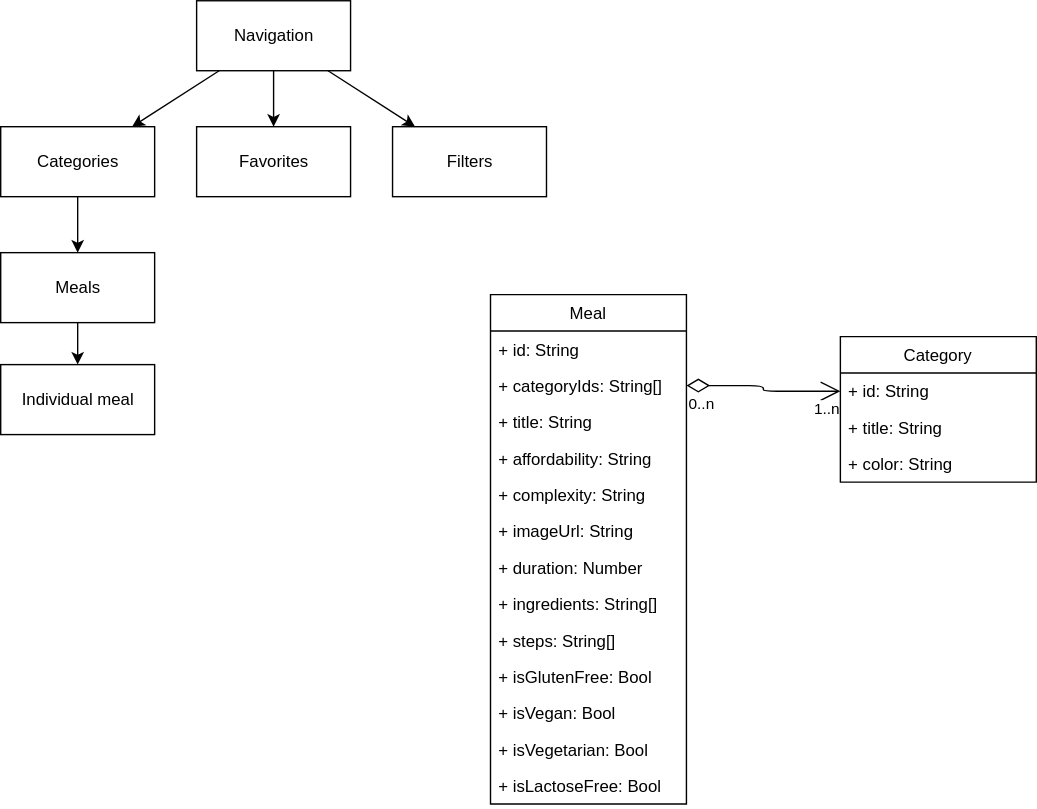
Before: udemy/Meals/docs/classDiagram.drawio.svg, a diagram exported from draw.io (FennecFromSahara/Mobile_Applications_IDATA2503). Source tidied: cells renumbered, new cells last; positions are measured from the earlier drawing's top-left corner, leaving out a move shared by most shapes. Its diagram source:
```xml
<mxGraphModel>
  <root>
    <mxCell id="0" />
    <mxCell id="1" parent="0" />
    <mxCell id="2" style="endArrow=open;html=1;endSize=12;startArrow=diamondThin;startSize=14;startFill=0;edgeStyle=orthogonalEdgeStyle;" parent="1" edge="1" source="18" target="31">
      <mxGeometry relative="1" as="geometry" />
    </mxCell>
    <mxCell id="3" value="0..n" style="edgeLabel;html=1;align=left;verticalAlign=top;" parent="2" vertex="1">
      <mxGeometry x="-1" relative="1" as="geometry" />
    </mxCell>
    <mxCell id="4" value="1..n" style="edgeLabel;html=1;align=right;verticalAlign=top;" parent="2" vertex="1">
      <mxGeometry x="1" relative="1" as="geometry" />
    </mxCell>
    <mxCell id="5" style="edgeStyle=none;html=1;" parent="1" edge="1" source="8" target="10">
      <mxGeometry relative="1" as="geometry" />
    </mxCell>
    <mxCell id="6" style="edgeStyle=none;html=1;" parent="1" edge="1" source="8" target="11">
      <mxGeometry relative="1" as="geometry" />
    </mxCell>
    <mxCell id="7" style="edgeStyle=none;html=1;" parent="1" edge="1" source="8" target="12">
      <mxGeometry relative="1" as="geometry" />
    </mxCell>
    <mxCell id="8" value="Navigation" style="html=1;" parent="1" vertex="1">
      <mxGeometry x="140" width="110" height="50" as="geometry" />
    </mxCell>
    <mxCell id="9" style="edgeStyle=none;html=1;" parent="1" edge="1" source="10" target="14">
      <mxGeometry relative="1" as="geometry" />
    </mxCell>
    <mxCell id="10" value="Categories" style="html=1;" parent="1" vertex="1">
      <mxGeometry y="90" width="110" height="50" as="geometry" />
    </mxCell>
    <mxCell id="11" value="Favorites" style="html=1;" parent="1" vertex="1">
      <mxGeometry x="140" y="90" width="110" height="50" as="geometry" />
    </mxCell>
    <mxCell id="12" value="Filters" style="html=1;" parent="1" vertex="1">
      <mxGeometry x="280" y="90" width="110" height="50" as="geometry" />
    </mxCell>
    <mxCell id="13" style="edgeStyle=none;html=1;" parent="1" edge="1" source="14" target="15">
      <mxGeometry relative="1" as="geometry" />
    </mxCell>
    <mxCell id="14" value="Meals" style="html=1;" parent="1" vertex="1">
      <mxGeometry y="180" width="110" height="50" as="geometry" />
    </mxCell>
    <mxCell id="15" value="Individual meal" style="html=1;" parent="1" vertex="1">
      <mxGeometry y="260" width="110" height="50" as="geometry" />
    </mxCell>
    <mxCell id="16" value="Meal" style="swimlane;fontStyle=0;horizontal=1;startSize=26;fillColor=none;" parent="1" vertex="1">
      <mxGeometry x="350" y="210" width="140" height="364" as="geometry" />
    </mxCell>
    <mxCell id="17" value="+ id: String" style="text;strokeColor=none;fillColor=none;align=left;verticalAlign=top;spacingLeft=4;spacingRight=4;overflow=hidden;points=[[0,0.5],[1,0.5]];portConstraint=eastwest;" parent="16" vertex="1">
      <mxGeometry y="26" width="140" height="26" as="geometry" />
    </mxCell>
    <mxCell id="18" value="+ categoryIds: String[]" style="text;strokeColor=none;fillColor=none;align=left;verticalAlign=top;spacingLeft=4;spacingRight=4;overflow=hidden;points=[[0,0.5],[1,0.5]];portConstraint=eastwest;" parent="16" vertex="1">
      <mxGeometry y="52" width="140" height="26" as="geometry" />
    </mxCell>
    <mxCell id="19" value="+ title: String" style="text;strokeColor=none;fillColor=none;align=left;verticalAlign=top;spacingLeft=4;spacingRight=4;overflow=hidden;" parent="16" vertex="1">
      <mxGeometry y="78" width="140" height="26" as="geometry" />
    </mxCell>
    <mxCell id="20" value="+ affordability: String" style="text;strokeColor=none;fillColor=none;align=left;verticalAlign=top;spacingLeft=4;spacingRight=4;overflow=hidden;" parent="16" vertex="1">
      <mxGeometry y="104" width="140" height="26" as="geometry" />
    </mxCell>
    <mxCell id="21" value="+ complexity: String" style="text;strokeColor=none;fillColor=none;align=left;verticalAlign=top;spacingLeft=4;spacingRight=4;overflow=hidden;" parent="16" vertex="1">
      <mxGeometry y="130" width="140" height="26" as="geometry" />
    </mxCell>
    <mxCell id="22" value="+ imageUrl: String" style="text;strokeColor=none;fillColor=none;align=left;verticalAlign=top;spacingLeft=4;spacingRight=4;overflow=hidden;" parent="16" vertex="1">
      <mxGeometry y="156" width="140" height="26" as="geometry" />
    </mxCell>
    <mxCell id="23" value="+ duration: Number" style="text;strokeColor=none;fillColor=none;align=left;verticalAlign=top;spacingLeft=4;spacingRight=4;overflow=hidden;" parent="16" vertex="1">
      <mxGeometry y="182" width="140" height="26" as="geometry" />
    </mxCell>
    <mxCell id="24" value="+ ingredients: String[]" style="text;strokeColor=none;fillColor=none;align=left;verticalAlign=top;spacingLeft=4;spacingRight=4;overflow=hidden;" parent="16" vertex="1">
      <mxGeometry y="208" width="140" height="26" as="geometry" />
    </mxCell>
    <mxCell id="25" value="+ steps: String[]" style="text;strokeColor=none;fillColor=none;align=left;verticalAlign=top;spacingLeft=4;spacingRight=4;overflow=hidden;" parent="16" vertex="1">
      <mxGeometry y="234" width="140" height="26" as="geometry" />
    </mxCell>
    <mxCell id="26" value="+ isGlutenFree: Bool" style="text;strokeColor=none;fillColor=none;align=left;verticalAlign=top;spacingLeft=4;spacingRight=4;overflow=hidden;" parent="16" vertex="1">
      <mxGeometry y="260" width="140" height="26" as="geometry" />
    </mxCell>
    <mxCell id="27" value="+ isVegan: Bool" style="text;strokeColor=none;fillColor=none;align=left;verticalAlign=top;spacingLeft=4;spacingRight=4;overflow=hidden;" parent="16" vertex="1">
      <mxGeometry y="286" width="140" height="26" as="geometry" />
    </mxCell>
    <mxCell id="28" value="+ isVegetarian: Bool" style="text;strokeColor=none;fillColor=none;align=left;verticalAlign=top;spacingLeft=4;spacingRight=4;overflow=hidden;" parent="16" vertex="1">
      <mxGeometry y="312" width="140" height="26" as="geometry" />
    </mxCell>
    <mxCell id="29" value="+ isLactoseFree: Bool" style="text;strokeColor=none;fillColor=none;align=left;verticalAlign=top;spacingLeft=4;spacingRight=4;overflow=hidden;" parent="16" vertex="1">
      <mxGeometry y="338" width="140" height="26" as="geometry" />
    </mxCell>
    <mxCell id="30" value="Category" style="swimlane;fontStyle=0;horizontal=1;startSize=26;fillColor=none;" parent="1" vertex="1">
      <mxGeometry x="600" y="240" width="140" height="104" as="geometry" />
    </mxCell>
    <mxCell id="31" value="+ id: String" style="text;strokeColor=none;fillColor=none;align=left;verticalAlign=top;spacingLeft=4;spacingRight=4;overflow=hidden;points=[[0,0.5],[1,0.5]];portConstraint=eastwest;" parent="30" vertex="1">
      <mxGeometry y="26" width="140" height="26" as="geometry" />
    </mxCell>
    <mxCell id="32" value="+ title: String" style="text;strokeColor=none;fillColor=none;align=left;verticalAlign=top;spacingLeft=4;spacingRight=4;overflow=hidden;" parent="30" vertex="1">
      <mxGeometry y="52" width="140" height="26" as="geometry" />
    </mxCell>
    <mxCell id="33" value="+ color: String" style="text;strokeColor=none;fillColor=none;align=left;verticalAlign=top;spacingLeft=4;spacingRight=4;overflow=hidden;" parent="30" vertex="1">
      <mxGeometry y="78" width="140" height="26" as="geometry" />
    </mxCell>
  </root>
</mxGraphModel>
```
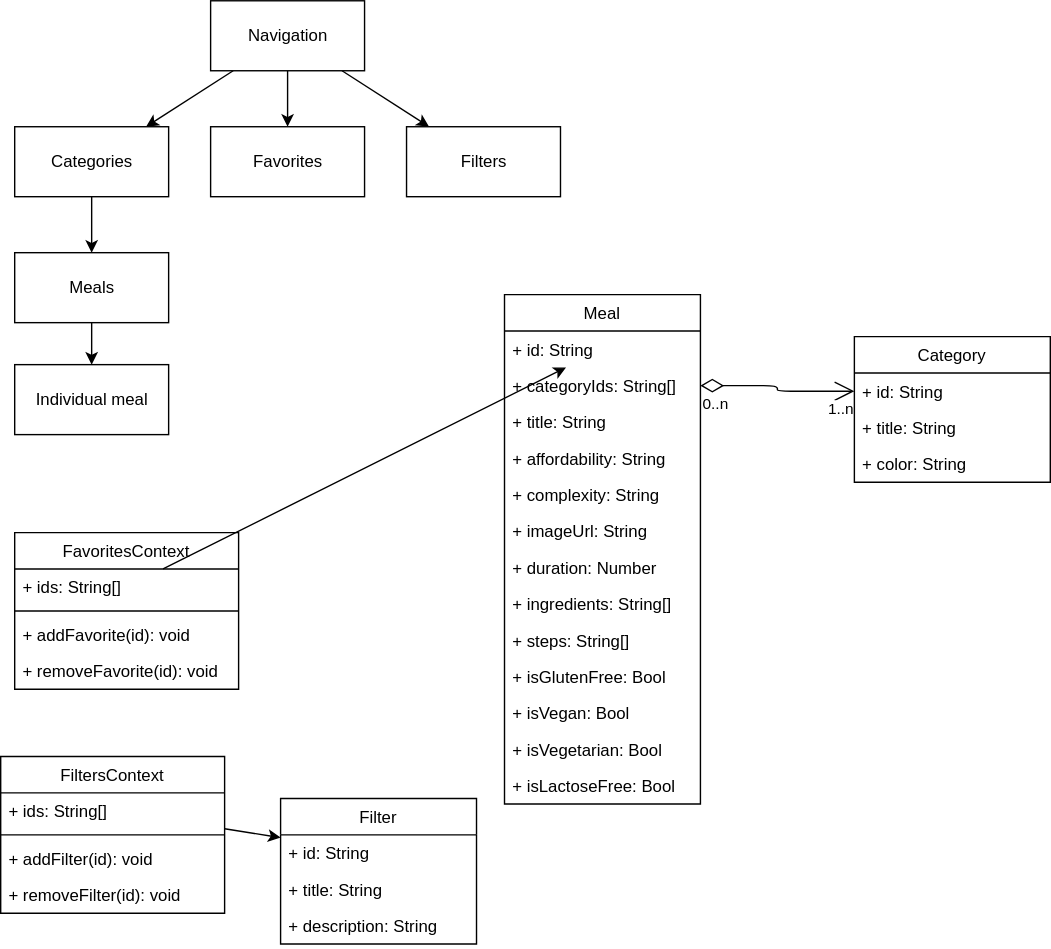
Later version of the same file.

Commit message:
Added differences and additions. Updated class diagram

Change to the diagram source:
```diff
@@ -98,5 +98,53 @@
     <mxCell id="33" value="+ color: String" style="text;strokeColor=none;fillColor=none;align=left;verticalAlign=top;spacingLeft=4;spacingRight=4;overflow=hidden;" parent="30" vertex="1">
       <mxGeometry y="78" width="140" height="26" as="geometry" />
     </mxCell>
+    <mxCell id="34" value="Filter" style="swimlane;fontStyle=0;horizontal=1;startSize=26;fillColor=none;" parent="1" vertex="1">
+      <mxGeometry x="190" y="570" width="140" height="104" as="geometry" />
+    </mxCell>
+    <mxCell id="35" value="+ id: String" style="text;strokeColor=none;fillColor=none;align=left;verticalAlign=top;spacingLeft=4;spacingRight=4;overflow=hidden;points=[[0,0.5],[1,0.5]];portConstraint=eastwest;" parent="34" vertex="1">
+      <mxGeometry y="26" width="140" height="26" as="geometry" />
+    </mxCell>
+    <mxCell id="36" value="+ title: String" style="text;strokeColor=none;fillColor=none;align=left;verticalAlign=top;spacingLeft=4;spacingRight=4;overflow=hidden;" parent="34" vertex="1">
+      <mxGeometry y="52" width="140" height="26" as="geometry" />
+    </mxCell>
+    <mxCell id="37" value="+ description: String" style="text;strokeColor=none;fillColor=none;align=left;verticalAlign=top;spacingLeft=4;spacingRight=4;overflow=hidden;" parent="34" vertex="1">
+      <mxGeometry y="78" width="140" height="26" as="geometry" />
+    </mxCell>
+    <mxCell id="38" value="FavoritesContext" style="swimlane;fontStyle=0;align=center;verticalAlign=top;horizontal=1;startSize=26;" parent="1" vertex="1">
+      <mxGeometry y="380" width="160" height="112" as="geometry" />
+    </mxCell>
+    <mxCell id="39" value="+ ids: String[]" style="text;strokeColor=none;fillColor=none;align=left;verticalAlign=top;spacingLeft=4;spacingRight=4;overflow=hidden;points=[[0,0.5],[1,0.5]];portConstraint=eastwest;" parent="38" vertex="1">
+      <mxGeometry y="26" width="160" height="26" as="geometry" />
+    </mxCell>
+    <mxCell id="40" style="line;strokeWidth=1;fillColor=none;align=left;verticalAlign=middle;spacingTop=-1;spacingLeft=3;spacingRight=3;labelPosition=right;strokeColor=inherit;" parent="38" vertex="1">
+      <mxGeometry y="52" width="160" height="8" as="geometry" />
+    </mxCell>
+    <mxCell id="41" value="+ addFavorite(id): void" style="text;strokeColor=none;fillColor=none;align=left;verticalAlign=top;spacingLeft=4;spacingRight=4;overflow=hidden;" parent="38" vertex="1">
+      <mxGeometry y="60" width="160" height="26" as="geometry" />
+    </mxCell>
+    <mxCell id="42" value="+ removeFavorite(id): void" style="text;strokeColor=none;fillColor=none;align=left;verticalAlign=top;spacingLeft=4;spacingRight=4;overflow=hidden;" parent="38" vertex="1">
+      <mxGeometry y="86" width="160" height="26" as="geometry" />
+    </mxCell>
+    <mxCell id="43" value="FiltersContext" style="swimlane;fontStyle=0;align=center;verticalAlign=top;horizontal=1;startSize=26;" parent="1" vertex="1">
+      <mxGeometry x="-10" y="540" width="160" height="112" as="geometry" />
+    </mxCell>
+    <mxCell id="44" value="+ ids: String[]" style="text;strokeColor=none;fillColor=none;align=left;verticalAlign=top;spacingLeft=4;spacingRight=4;overflow=hidden;points=[[0,0.5],[1,0.5]];portConstraint=eastwest;" parent="43" vertex="1">
+      <mxGeometry y="26" width="160" height="26" as="geometry" />
+    </mxCell>
+    <mxCell id="45" style="line;strokeWidth=1;fillColor=none;align=left;verticalAlign=middle;spacingTop=-1;spacingLeft=3;spacingRight=3;labelPosition=right;strokeColor=inherit;" parent="43" vertex="1">
+      <mxGeometry y="52" width="160" height="8" as="geometry" />
+    </mxCell>
+    <mxCell id="46" value="+ addFilter(id): void" style="text;strokeColor=none;fillColor=none;align=left;verticalAlign=top;spacingLeft=4;spacingRight=4;overflow=hidden;" parent="43" vertex="1">
+      <mxGeometry y="60" width="160" height="26" as="geometry" />
+    </mxCell>
+    <mxCell id="47" value="+ removeFilter(id): void" style="text;strokeColor=none;fillColor=none;align=left;verticalAlign=top;spacingLeft=4;spacingRight=4;overflow=hidden;" parent="43" vertex="1">
+      <mxGeometry y="86" width="160" height="26" as="geometry" />
+    </mxCell>
+    <mxCell id="48" style="edgeStyle=none;html=1;" parent="1" edge="1" source="39" target="17">
+      <mxGeometry relative="1" as="geometry" />
+    </mxCell>
+    <mxCell id="49" style="edgeStyle=none;html=1;" parent="1" edge="1" source="44" target="35">
+      <mxGeometry relative="1" as="geometry" />
+    </mxCell>
   </root>
 </mxGraphModel>
```
